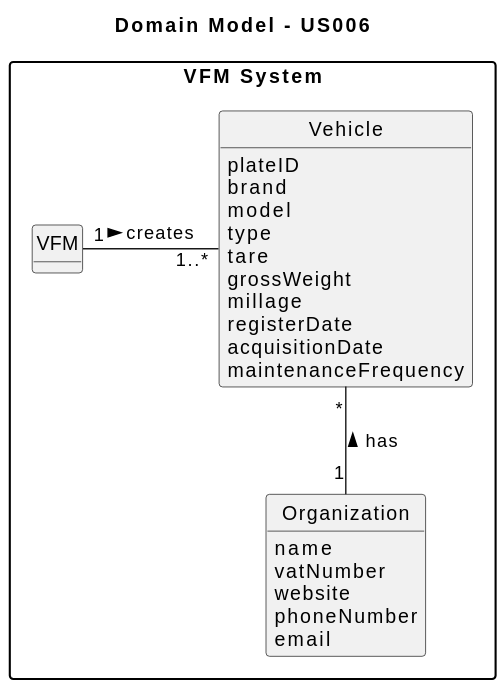
This is docs/sprintA/us007/02.analysis/svg/us007-domain-model.svg from SAEmanuel/Green_Spaces_Management_ISEP, a PlantUML export, as it was before one commit. Source of this version:
```plantuml
@startuml
skinparam monochrome true
skinparam packageStyle rectangle
skinparam shadowing false

skinparam classAttributeIconSize 0

hide circles
hide methods

title Domain Model - US006

package "VFM System" {

    class VFM {
    }

    class Vehicle {
         plateID
         brand
         model
         type
         tare
         grossWeight
         millage
         registerDate
         acquisitionDate
         maintenanceFrequency
    }

    class Organization {
            name
            vatNumber
            website
            phoneNumber
            email
        }


    VFM "1" - "1..*" Vehicle : creates >
    Vehicle "*" -- "1" Organization : has <
}
@enduml
```
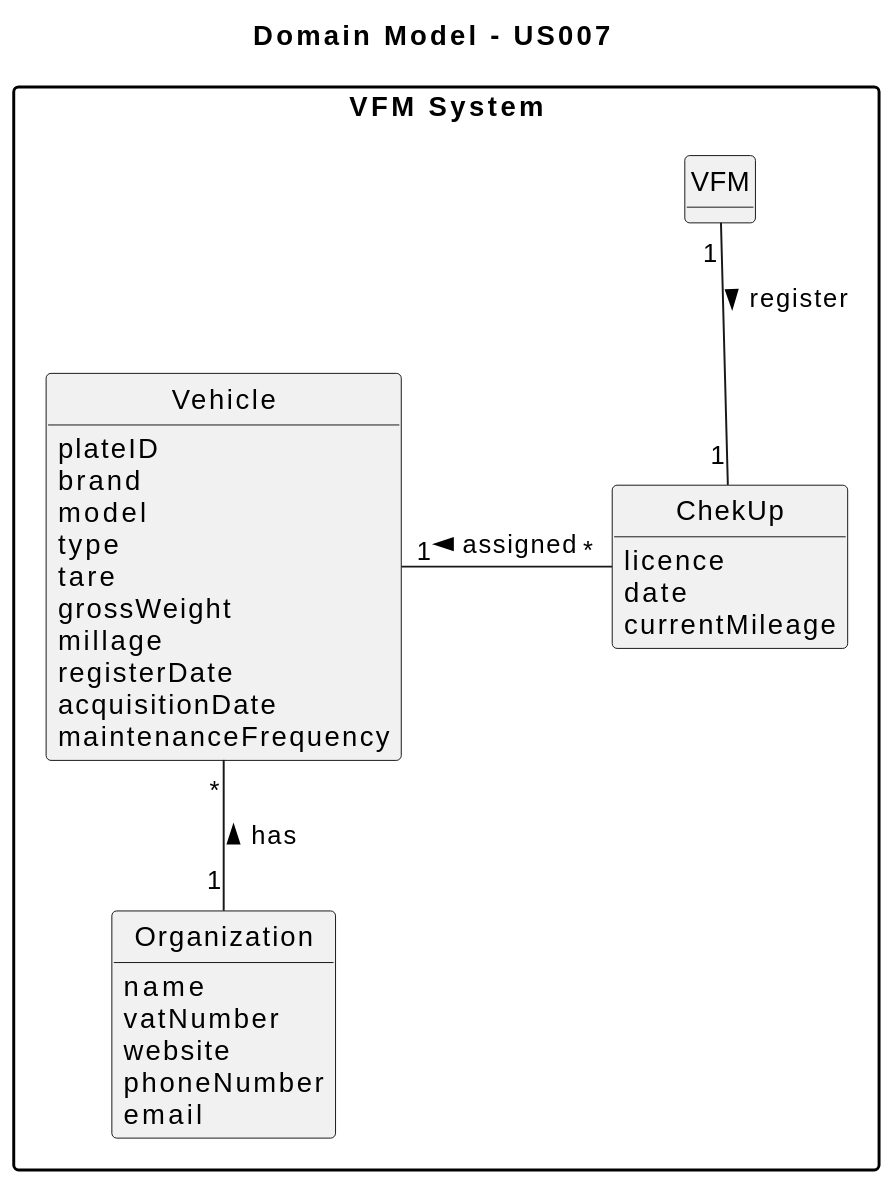
Later version of the same file.

Diff of the diagram source:
```diff
@@ -8,11 +8,17 @@
 hide circles
 hide methods
 
-title Domain Model - US006
+title Domain Model - US007
 
 package "VFM System" {
 
     class VFM {
+    }
+
+    class ChekUp {
+        licence
+        date
+        currentMileage
     }
 
     class Vehicle {
@@ -37,7 +43,9 @@
         }
 
 
-    VFM "1" - "1..*" Vehicle : creates >
     Vehicle "*" -- "1" Organization : has <
+
+    VFM "1" -- "1" ChekUp : register >
+    Vehicle "1" - "*" ChekUp : assigned <
 }
 @enduml
```
